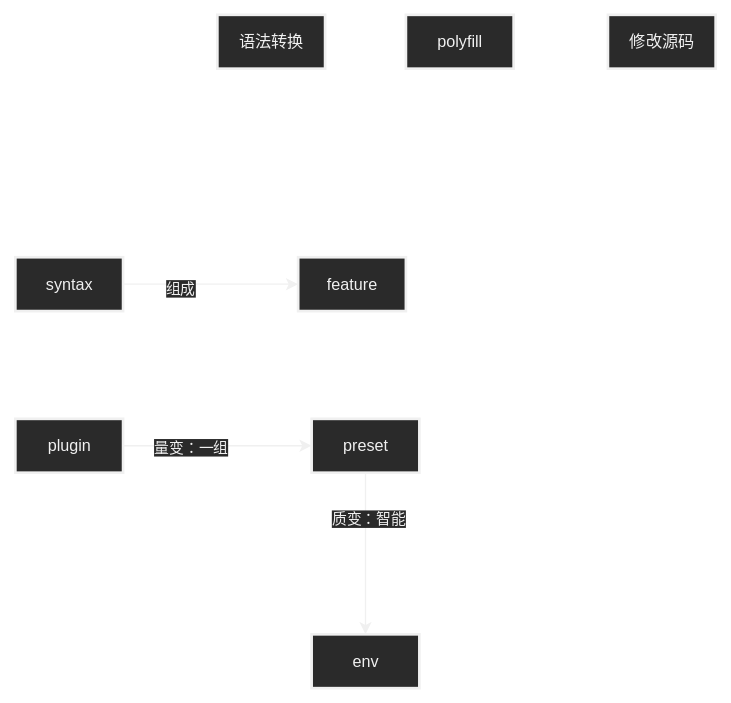
Earlier version of the draw.io export 笔记/前端/工程化/assets/babel基本概念.svg (Echo-Yanglulu/obsidianPrivateNote). Source tidied: cells renumbered, new cells last; positions are measured from the earlier drawing's top-left corner, leaving out a move shared by most shapes.
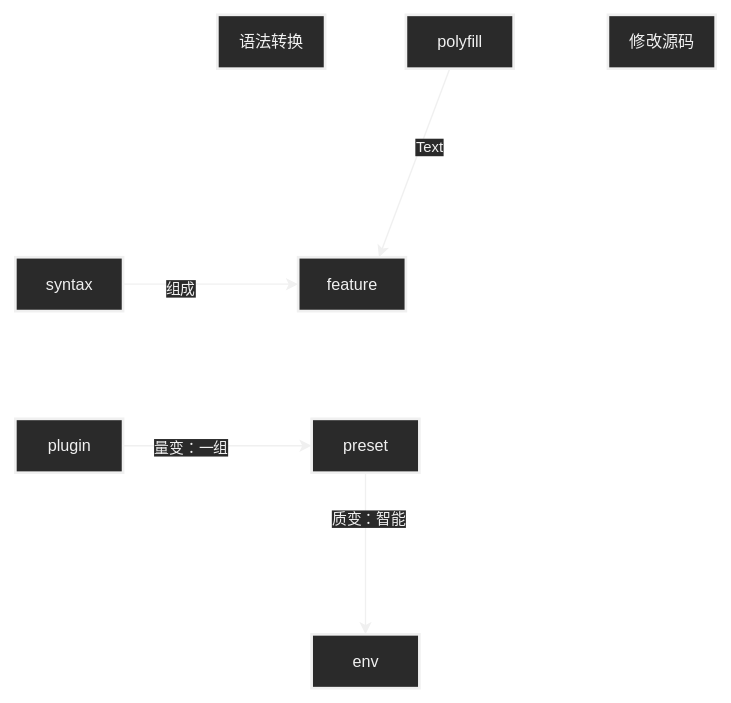
The same diagram one commit later.

What changed in the source:
```diff
@@ -38,6 +38,12 @@
     <mxCell id="13" value="语法转换" style="strokeWidth=2;html=1;shape=mxgraph.flowchart.document2;whiteSpace=wrap;size=0.25;" parent="1" vertex="1">
       <mxGeometry x="150" width="80" height="40" as="geometry" />
     </mxCell>
+    <mxCell id="16" style="edgeStyle=none;html=1;entryX=0.75;entryY=0;entryDx=0;entryDy=0;" parent="1" edge="1" source="14" target="5">
+      <mxGeometry relative="1" as="geometry" />
+    </mxCell>
+    <mxCell id="17" value="Text" style="edgeLabel;html=1;align=center;verticalAlign=middle;" parent="16" vertex="1">
+      <mxGeometry x="-0.2" y="5" relative="1" as="geometry" />
+    </mxCell>
     <mxCell id="14" value="polyfill" style="strokeWidth=2;html=1;shape=mxgraph.flowchart.document2;whiteSpace=wrap;size=0.25;" parent="1" vertex="1">
       <mxGeometry x="290" width="80" height="40" as="geometry" />
     </mxCell>
```
